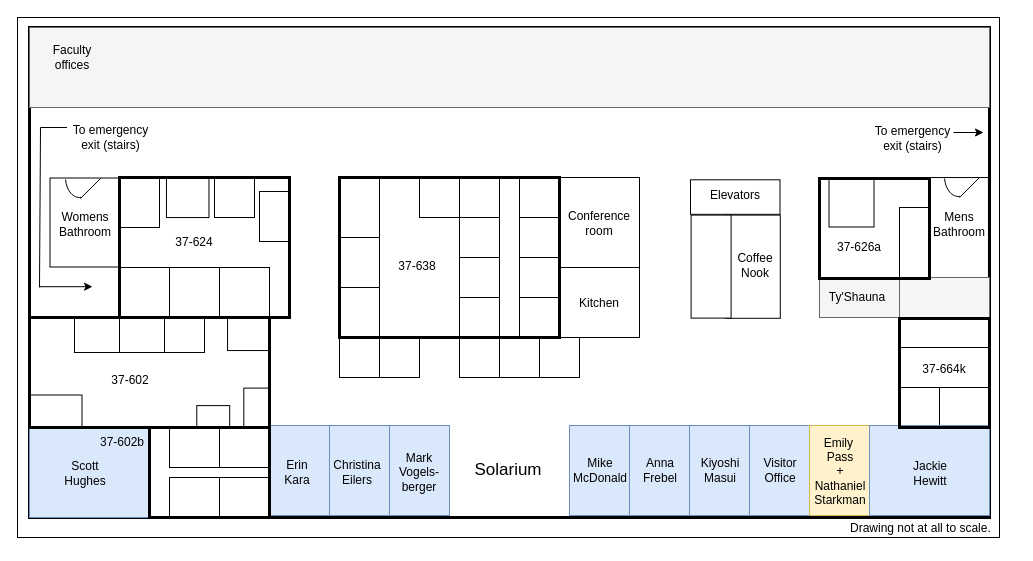
Above: McNair_6thfloor_layout.drawio in CianMRoche/DeskCzar (draw.io), before the change. Source tidied: cells renumbered, new cells numbered last; positions are measured from the earlier drawing's top-left corner, leaving out a move shared by most shapes. Both pictures are drawn from the tidied source at 100%, with x=0, y=0 at pixel (17, 17).
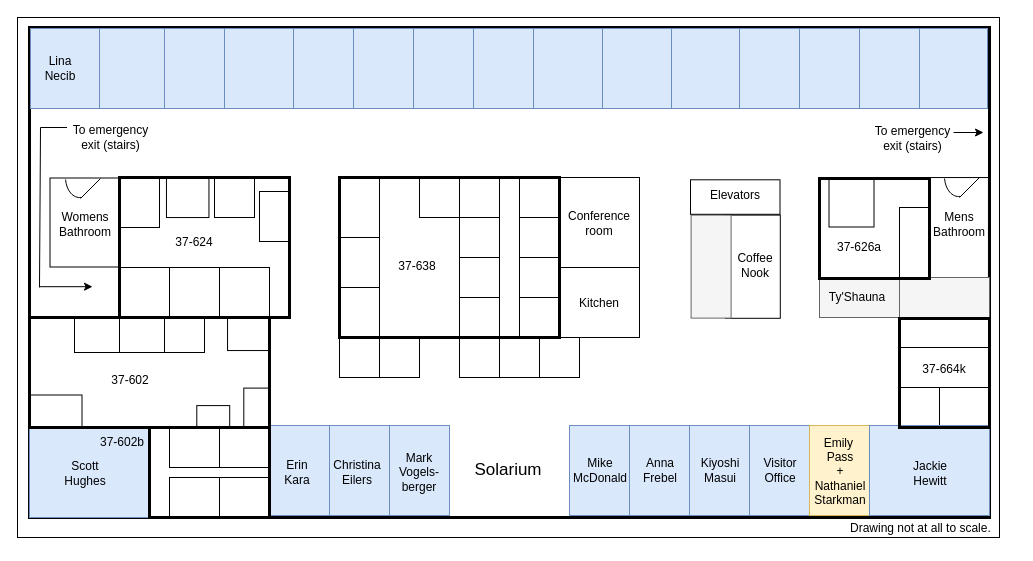
After the change.

Change to the diagram source:
```diff
@@
-    <mxCell id="4" style="rounded=0;whiteSpace=wrap;html=1;fillColor=#f5f5f5;fontColor=#333333;strokeColor=#666666;shadow=0;glass=0;" parent="1" vertex="1">
-      <mxGeometry x="12" y="10" width="960" height="80" as="geometry" />
-    </mxCell>
@@
-    <mxCell id="55" value="Faculty offices" style="text;html=1;strokeColor=none;fillColor=none;align=center;verticalAlign=middle;whiteSpace=wrap;rounded=0;" parent="1" vertex="1">
-      <mxGeometry x="24.5" y="12.5" width="60" height="55" as="geometry" />
-    </mxCell>
@@
-    <mxCell id="62" style="rounded=0;whiteSpace=wrap;html=1;rotation=90;" parent="1" vertex="1">
+    <mxCell id="62" style="rounded=0;whiteSpace=wrap;html=1;rotation=90;fillColor=#f5f5f5;fontColor=#333333;strokeColor=#666666;" parent="1" vertex="1">
       <mxGeometry x="642.1" y="229.1" width="103" height="40" as="geometry" />
     </mxCell>
@@
+    <mxCell id="108" style="rounded=0;whiteSpace=wrap;html=1;fillColor=#dae8fc;strokeColor=#6c8ebf;" parent="1" vertex="1">
+      <mxGeometry x="13" y="11" width="69" height="80" as="geometry" />
+    </mxCell>
+    <mxCell id="109" value="Lina&lt;div&gt;Necib&lt;/div&gt;" style="text;html=1;strokeColor=none;fillColor=none;align=center;verticalAlign=middle;whiteSpace=wrap;rounded=0;" parent="1" vertex="1">
+      <mxGeometry x="8" y="23.5" width="70" height="55" as="geometry" />
+    </mxCell>
+    <mxCell id="110" style="rounded=0;whiteSpace=wrap;html=1;fillColor=#dae8fc;strokeColor=#6c8ebf;" parent="1" vertex="1">
+      <mxGeometry x="82" y="11" width="65" height="80" as="geometry" />
+    </mxCell>
+    <mxCell id="111" style="rounded=0;whiteSpace=wrap;html=1;fillColor=#dae8fc;strokeColor=#6c8ebf;" parent="1" vertex="1">
+      <mxGeometry x="147" y="11" width="60" height="80" as="geometry" />
+    </mxCell>
+    <mxCell id="112" style="rounded=0;whiteSpace=wrap;html=1;fillColor=#dae8fc;strokeColor=#6c8ebf;" parent="1" vertex="1">
+      <mxGeometry x="207" y="11" width="69" height="80" as="geometry" />
+    </mxCell>
+    <mxCell id="113" style="rounded=0;whiteSpace=wrap;html=1;fillColor=#dae8fc;strokeColor=#6c8ebf;" parent="1" vertex="1">
+      <mxGeometry x="276" y="11" width="60" height="80" as="geometry" />
+    </mxCell>
+    <mxCell id="114" style="rounded=0;whiteSpace=wrap;html=1;fillColor=#dae8fc;strokeColor=#6c8ebf;" parent="1" vertex="1">
+      <mxGeometry x="336" y="11" width="60" height="80" as="geometry" />
+    </mxCell>
+    <mxCell id="115" style="rounded=0;whiteSpace=wrap;html=1;fillColor=#dae8fc;strokeColor=#6c8ebf;" parent="1" vertex="1">
+      <mxGeometry x="396" y="11" width="60" height="80" as="geometry" />
+    </mxCell>
+    <mxCell id="116" style="rounded=0;whiteSpace=wrap;html=1;fillColor=#dae8fc;strokeColor=#6c8ebf;" parent="1" vertex="1">
+      <mxGeometry x="456" y="11" width="60" height="80" as="geometry" />
+    </mxCell>
+    <mxCell id="117" style="rounded=0;whiteSpace=wrap;html=1;fillColor=#dae8fc;strokeColor=#6c8ebf;" parent="1" vertex="1">
+      <mxGeometry x="516" y="11" width="69" height="80" as="geometry" />
+    </mxCell>
+    <mxCell id="118" style="rounded=0;whiteSpace=wrap;html=1;fillColor=#dae8fc;strokeColor=#6c8ebf;" parent="1" vertex="1">
+      <mxGeometry x="585" y="11" width="69" height="80" as="geometry" />
+    </mxCell>
+    <mxCell id="119" style="rounded=0;whiteSpace=wrap;html=1;fillColor=#dae8fc;strokeColor=#6c8ebf;" parent="1" vertex="1">
+      <mxGeometry x="654" y="11" width="68" height="80" as="geometry" />
+    </mxCell>
+    <mxCell id="120" style="rounded=0;whiteSpace=wrap;html=1;fillColor=#dae8fc;strokeColor=#6c8ebf;" parent="1" vertex="1">
+      <mxGeometry x="722" y="11" width="61" height="80" as="geometry" />
+    </mxCell>
+    <mxCell id="121" style="rounded=0;whiteSpace=wrap;html=1;fillColor=#dae8fc;strokeColor=#6c8ebf;" parent="1" vertex="1">
+      <mxGeometry x="782" y="11" width="60" height="80" as="geometry" />
+    </mxCell>
+    <mxCell id="122" style="rounded=0;whiteSpace=wrap;html=1;fillColor=#dae8fc;strokeColor=#6c8ebf;" parent="1" vertex="1">
+      <mxGeometry x="842" y="11" width="61" height="80" as="geometry" />
+    </mxCell>
+    <mxCell id="123" style="rounded=0;whiteSpace=wrap;html=1;fillColor=#dae8fc;strokeColor=#6c8ebf;" parent="1" vertex="1">
+      <mxGeometry x="902" y="11" width="68" height="80" as="geometry" />
+    </mxCell>
```
